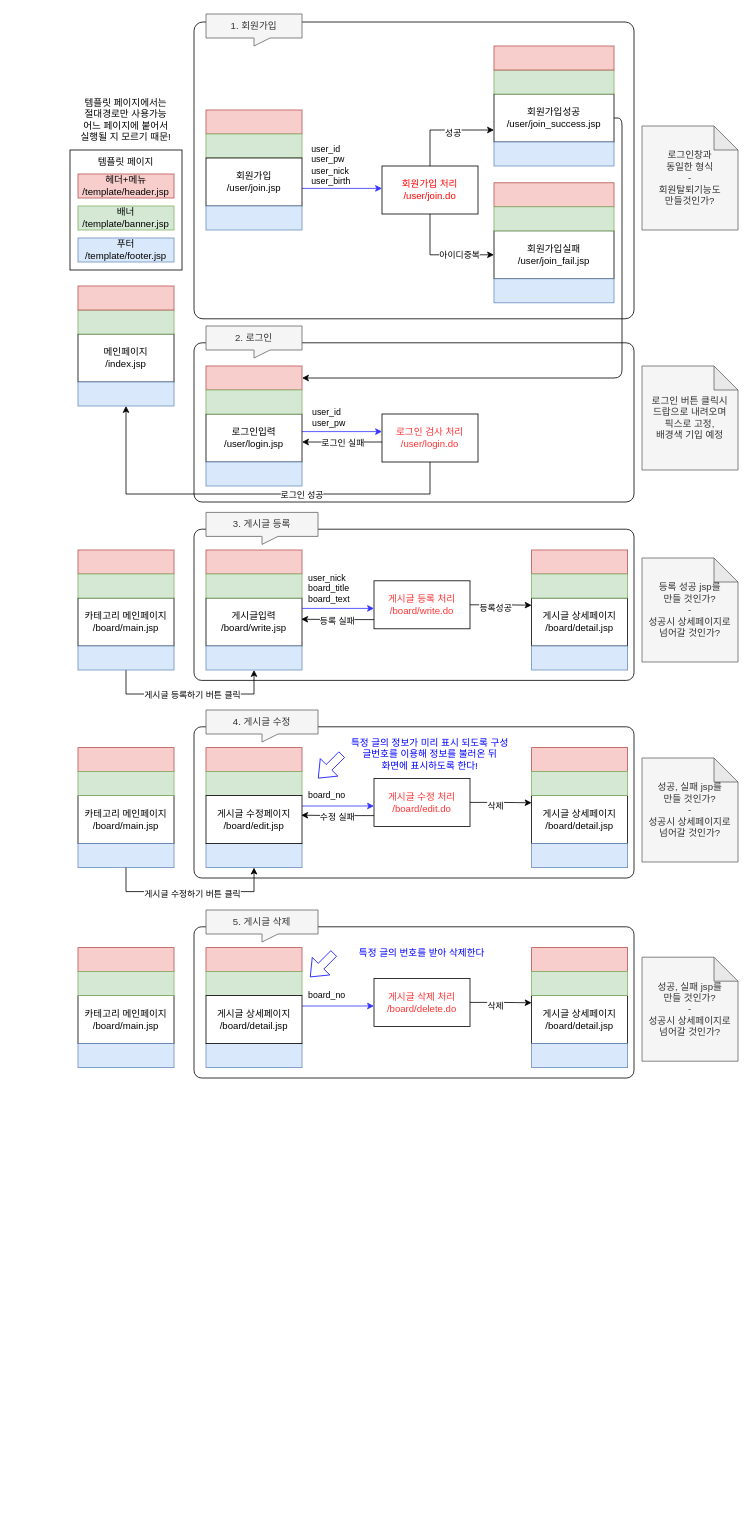
The draw.io diagram Untitled Diagram.drawio in chae0591/kh4semi, before the edit. Source tidied: cells renumbered, new cells numbered last; positions are measured from the earlier drawing's top-left corner, leaving out a move shared by most shapes. Both pictures are drawn from the tidied source at 80%, with x=0, y=0 at pixel (70, 14).
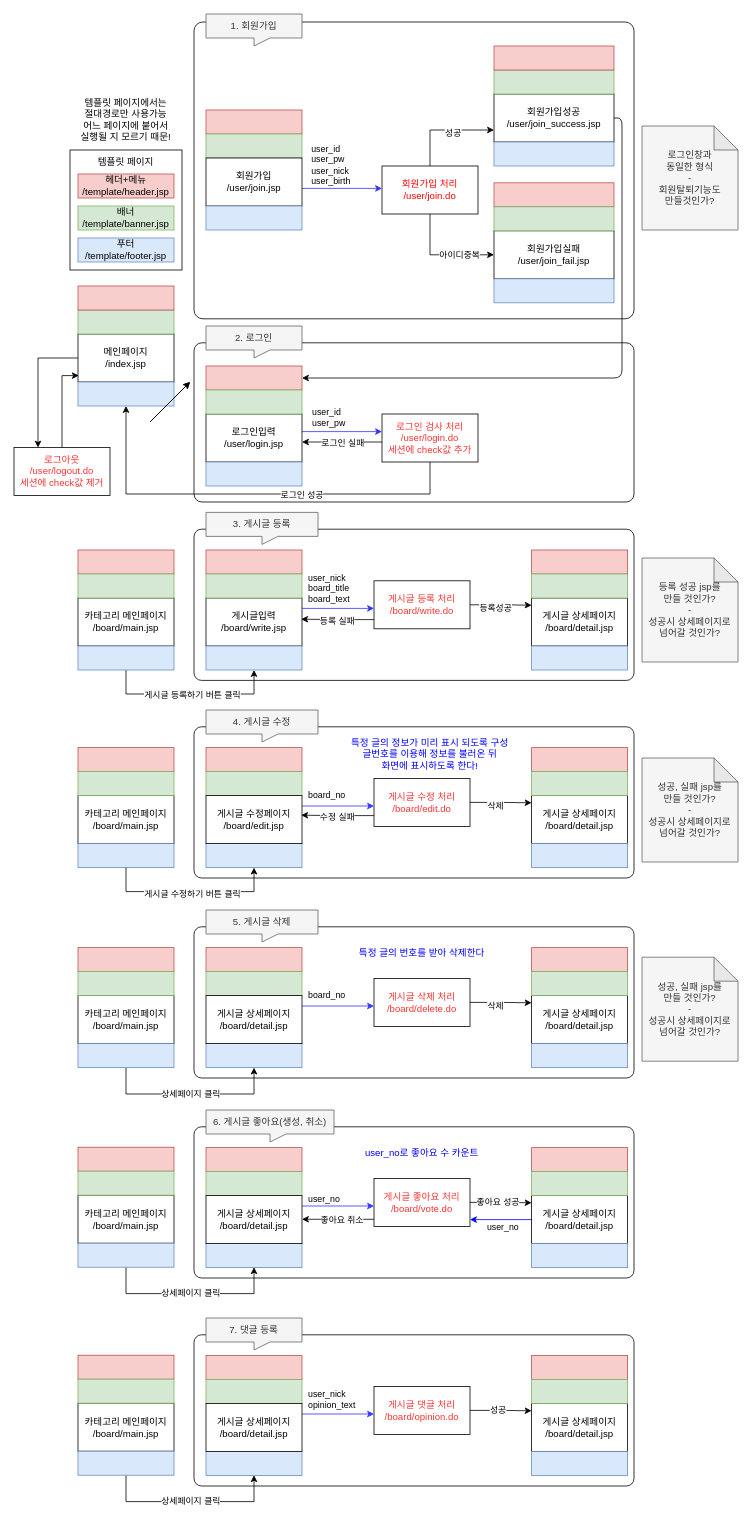
The same page after the edit.

Unchanged cells that the change refers to:
```xml
<mxCell id="10" value="메인페이지&lt;br&gt;/index.jsp" style="rounded=0;whiteSpace=wrap;html=1;" parent="1" vertex="1">
  <mxGeometry x="10" y="400" width="120" height="60" as="geometry" />
</mxCell>
<mxCell id="94" style="rounded=0;whiteSpace=wrap;html=1;fillColor=#dae8fc;strokeColor=#6c8ebf;" parent="1" vertex="1">
  <mxGeometry x="170" y="1287" width="120" height="30" as="geometry" />
</mxCell>
<mxCell id="107" style="rounded=0;whiteSpace=wrap;html=1;fillColor=#dae8fc;strokeColor=#6c8ebf;" parent="1" vertex="1">
  <mxGeometry x="10" y="1287" width="120" height="30" as="geometry" />
</mxCell>
```

Diff of the diagram source:
```diff
@@
+    <mxCell id="121" style="edgeStyle=orthogonalEdgeStyle;rounded=0;jettySize=auto;html=1;exitX=0;exitY=0.5;exitDx=0;exitDy=0;entryX=0.25;entryY=0;entryDx=0;entryDy=0;" parent="1" edge="1" source="10" target="125">
+      <mxGeometry relative="1" as="geometry" />
+    </mxCell>
@@
-    <mxCell id="35" value="로그인 검사 처리&lt;br&gt;/user/login.do" style="rounded=0;whiteSpace=wrap;html=1;fontColor=#FF3333;" parent="1" vertex="1">
+    <mxCell id="35" value="로그인 검사 처리&lt;br&gt;/user/login.do&lt;br&gt;세션에 check값 추가" style="rounded=0;whiteSpace=wrap;html=1;fontColor=#FF3333;" parent="1" vertex="1">
       <mxGeometry x="390" y="500" width="120" height="60" as="geometry" />
     </mxCell>
@@
-    <mxCell id="68" value="로그인 버튼 클릭시&lt;br&gt;드랍으로 내려오며&lt;br&gt;픽스로 고정,&lt;br&gt;배경색 기입 예정" style="shape=note;whiteSpace=wrap;html=1;backgroundOutline=1;darkOpacity=0.05;align=center;fillColor=#f5f5f5;strokeColor=#666666;fontColor=#333333;" parent="1" vertex="1">
-      <mxGeometry x="715" y="440" width="120" height="130" as="geometry" />
-    </mxCell>
@@
+    <mxCell id="122" style="edgeStyle=orthogonalEdgeStyle;rounded=0;jettySize=auto;html=1;exitX=0.5;exitY=1;exitDx=0;exitDy=0;entryX=0.5;entryY=1;entryDx=0;entryDy=0;" parent="1" edge="1" source="107" target="94">
+      <mxGeometry relative="1" as="geometry">
+        <Array as="points">
+          <mxPoint x="70" y="1350" />
+          <mxPoint x="230" y="1350" />
+        </Array>
+      </mxGeometry>
+    </mxCell>
+    <mxCell id="123" value="상세페이지 클릭" style="edgeLabel;html=1;align=center;verticalAlign=middle;" parent="122" vertex="1">
+      <mxGeometry x="0.2" y="1" relative="1" as="geometry">
+        <mxPoint x="-23" as="offset" />
+      </mxGeometry>
+    </mxCell>
@@
-    <mxCell id="118" style="shape=flexArrow;endArrow=classic;html=1;fontColor=#0000FF;strokeColor=#0000FF;" parent="1" edge="1">
-      <mxGeometry relative="1" as="geometry">
-        <mxPoint x="340" y="925.5" as="sourcePoint" />
-        <mxPoint x="310" y="955.5" as="targetPoint" />
-      </mxGeometry>
-    </mxCell>
@@
-    <mxCell id="120" style="shape=flexArrow;endArrow=classic;html=1;fontColor=#0000FF;strokeColor=#0000FF;" parent="1" edge="1">
-      <mxGeometry relative="1" as="geometry">
-        <mxPoint x="330" y="1174" as="sourcePoint" />
-        <mxPoint x="300" y="1204" as="targetPoint" />
-      </mxGeometry>
-    </mxCell>
+    <mxCell id="124" style="edgeStyle=orthogonalEdgeStyle;rounded=0;jettySize=auto;html=1;exitX=0.5;exitY=0;exitDx=0;exitDy=0;entryX=0.008;entryY=0.867;entryDx=0;entryDy=0;entryPerimeter=0;" parent="1" edge="1" source="125" target="10">
+      <mxGeometry relative="1" as="geometry" />
+    </mxCell>
+    <mxCell id="125" value="로그아웃&lt;br&gt;/user/logout.do&lt;br&gt;세션에 check값 제거" style="rounded=0;whiteSpace=wrap;html=1;fontColor=#FF3333;" parent="1" vertex="1">
+      <mxGeometry x="-70" y="542" width="120" height="60" as="geometry" />
+    </mxCell>
+    <mxCell id="126" style="endArrow=classic;html=1;" parent="1" edge="1">
+      <mxGeometry relative="1" as="geometry">
+        <mxPoint x="100" y="510" as="sourcePoint" />
+        <mxPoint x="150" y="460" as="targetPoint" />
+      </mxGeometry>
+    </mxCell>
+    <mxCell id="127" style="endArrow=classic;html=1;" parent="1" edge="1">
+      <mxGeometry relative="1" as="geometry">
+        <mxPoint x="100" y="510" as="sourcePoint" />
+        <mxPoint x="150" y="460" as="targetPoint" />
+      </mxGeometry>
+    </mxCell>
+    <mxCell id="128" style="rounded=1;whiteSpace=wrap;html=1;strokeColor=#000000;fontColor=#000000;align=left;arcSize=5;" parent="1" vertex="1">
+      <mxGeometry x="155" y="1391" width="550" height="189" as="geometry" />
+    </mxCell>
+    <mxCell id="129" value="6. 게시글 좋아요(생성, 취소)" style="shape=callout;whiteSpace=wrap;html=1;perimeter=calloutPerimeter;align=center;fillColor=#f5f5f5;strokeColor=#666666;fontColor=#333333;position2=0.5;size=10;position=0.5;" parent="1" vertex="1">
+      <mxGeometry x="170" y="1370" width="160" height="40" as="geometry" />
+    </mxCell>
+    <mxCell id="130" style="rounded=0;whiteSpace=wrap;html=1;fillColor=#f8cecc;strokeColor=#b85450;" parent="1" vertex="1">
+      <mxGeometry x="170" y="1417" width="120" height="30" as="geometry" />
+    </mxCell>
+    <mxCell id="131" style="rounded=0;whiteSpace=wrap;html=1;fillColor=#dae8fc;strokeColor=#6c8ebf;" parent="1" vertex="1">
+      <mxGeometry x="170" y="1537" width="120" height="30" as="geometry" />
+    </mxCell>
+    <mxCell id="132" style="rounded=0;whiteSpace=wrap;html=1;fillColor=#d5e8d4;strokeColor=#82b366;" parent="1" vertex="1">
+      <mxGeometry x="170" y="1447" width="120" height="30" as="geometry" />
+    </mxCell>
+    <mxCell id="133" style="edgeStyle=orthogonalEdgeStyle;rounded=0;jettySize=auto;html=1;exitX=1;exitY=0.5;exitDx=0;exitDy=0;entryX=0;entryY=0.15;entryDx=0;entryDy=0;entryPerimeter=0;" parent="1" edge="1" source="137" target="143">
+      <mxGeometry relative="1" as="geometry">
+        <Array as="points">
+          <mxPoint x="540" y="1486" />
+          <mxPoint x="540" y="1486" />
+        </Array>
+      </mxGeometry>
+    </mxCell>
+    <mxCell id="134" value="좋아요 성공" style="edgeLabel;html=1;align=center;verticalAlign=middle;" parent="133" vertex="1">
+      <mxGeometry x="-0.2" y="-4" relative="1" as="geometry">
+        <mxPoint x="3" y="-5" as="offset" />
+      </mxGeometry>
+    </mxCell>
+    <mxCell id="135" style="edgeStyle=orthogonalEdgeStyle;rounded=0;orthogonalLoop=1;jettySize=auto;html=1;exitX=0;exitY=0.75;exitDx=0;exitDy=0;entryX=1;entryY=0.383;entryDx=0;entryDy=0;entryPerimeter=0;" parent="1" edge="1">
+      <mxGeometry relative="1" as="geometry">
+        <mxPoint x="380" y="1507.1" as="sourcePoint" />
+        <mxPoint x="290" y="1506.6" as="targetPoint" />
+        <Array as="points">
+          <mxPoint x="290" y="1507" />
+        </Array>
+      </mxGeometry>
+    </mxCell>
+    <mxCell id="136" value="좋아요 취소" style="edgeLabel;html=1;align=center;verticalAlign=middle;" parent="135" vertex="1">
+      <mxGeometry x="-0.25" y="1" relative="1" as="geometry">
+        <mxPoint x="-7" as="offset" />
+      </mxGeometry>
+    </mxCell>
+    <mxCell id="137" value="게시글 좋아요 처리&lt;br&gt;/board/vote.do" style="rounded=0;whiteSpace=wrap;html=1;fontColor=#FF3333;" parent="1" vertex="1">
+      <mxGeometry x="380" y="1455.5" width="120" height="60" as="geometry" />
+    </mxCell>
+    <mxCell id="138" style="edgeStyle=orthogonalEdgeStyle;rounded=0;orthogonalLoop=1;jettySize=auto;html=1;strokeColor=#3333FF;" parent="1" edge="1">
+      <mxGeometry relative="1" as="geometry">
+        <mxPoint x="290" y="1490" as="sourcePoint" />
+        <mxPoint x="380" y="1490" as="targetPoint" />
+        <Array as="points">
+          <mxPoint x="350" y="1490" />
+          <mxPoint x="350" y="1490" />
+        </Array>
+      </mxGeometry>
+    </mxCell>
+    <mxCell id="139" value="user_no" style="edgeLabel;html=1;align=left;verticalAlign=middle;" parent="138" vertex="1">
+      <mxGeometry x="-0.19" y="-1" relative="1" as="geometry">
+        <mxPoint x="-30" y="-11" as="offset" />
+      </mxGeometry>
+    </mxCell>
+    <mxCell id="140" style="rounded=0;whiteSpace=wrap;html=1;fillColor=#f8cecc;strokeColor=#b85450;" parent="1" vertex="1">
+      <mxGeometry x="577" y="1417" width="120" height="30" as="geometry" />
+    </mxCell>
+    <mxCell id="141" style="edgeStyle=orthogonalEdgeStyle;rounded=0;jettySize=auto;html=1;exitX=0;exitY=0.5;exitDx=0;exitDy=0;strokeColor=#0000FF;" parent="1" edge="1" source="143">
+      <mxGeometry relative="1" as="geometry">
+        <mxPoint x="500" y="1507" as="targetPoint" />
+        <Array as="points">
+          <mxPoint x="500" y="1507" />
+        </Array>
+      </mxGeometry>
+    </mxCell>
+    <mxCell id="142" value="user_no" style="edgeLabel;html=1;align=center;verticalAlign=middle;" parent="141" vertex="1">
+      <mxGeometry x="-0.33" relative="1" as="geometry">
+        <mxPoint x="-11" y="8.5" as="offset" />
+      </mxGeometry>
+    </mxCell>
+    <mxCell id="143" value="게시글 상세페이지&lt;br&gt;/board/detail.jsp" style="rounded=0;whiteSpace=wrap;html=1;" parent="1" vertex="1">
+      <mxGeometry x="577" y="1477" width="120" height="60" as="geometry" />
+    </mxCell>
+    <mxCell id="144" style="rounded=0;whiteSpace=wrap;html=1;fillColor=#dae8fc;strokeColor=#6c8ebf;" parent="1" vertex="1">
+      <mxGeometry x="577" y="1537" width="120" height="30" as="geometry" />
+    </mxCell>
+    <mxCell id="145" style="rounded=0;whiteSpace=wrap;html=1;fillColor=#d5e8d4;strokeColor=#82b366;" parent="1" vertex="1">
+      <mxGeometry x="577" y="1447" width="120" height="30" as="geometry" />
+    </mxCell>
+    <mxCell id="146" value="게시글 상세페이지&lt;br&gt;/board/detail.jsp" style="rounded=0;whiteSpace=wrap;html=1;" parent="1" vertex="1">
+      <mxGeometry x="170" y="1477" width="120" height="60" as="geometry" />
+    </mxCell>
+    <mxCell id="147" value="user_no로 좋아요 수 카운트" style="text;html=1;strokeColor=none;fillColor=none;align=center;verticalAlign=middle;whiteSpace=wrap;rounded=0;fontStyle=0;fontColor=#0000FF;" parent="1" vertex="1">
+      <mxGeometry x="345" y="1410" width="190" height="28.5" as="geometry" />
+    </mxCell>
+    <mxCell id="148" style="rounded=0;whiteSpace=wrap;html=1;fillColor=#f8cecc;strokeColor=#b85450;" parent="1" vertex="1">
+      <mxGeometry x="10" y="1416.5" width="120" height="30" as="geometry" />
+    </mxCell>
+    <mxCell id="149" value="카테고리 메인페이지&lt;br&gt;/board/main.jsp" style="rounded=0;whiteSpace=wrap;html=1;" parent="1" vertex="1">
+      <mxGeometry x="10" y="1476.5" width="120" height="60" as="geometry" />
+    </mxCell>
+    <mxCell id="150" style="edgeStyle=orthogonalEdgeStyle;rounded=0;jettySize=auto;html=1;exitX=0.5;exitY=1;exitDx=0;exitDy=0;entryX=0.5;entryY=1;entryDx=0;entryDy=0;" parent="1" edge="1" source="152">
+      <mxGeometry relative="1" as="geometry">
+        <mxPoint x="230" y="1566.5" as="targetPoint" />
+        <Array as="points">
+          <mxPoint x="70" y="1599.5" />
+          <mxPoint x="230" y="1599.5" />
+        </Array>
+      </mxGeometry>
+    </mxCell>
+    <mxCell id="151" value="상세페이지 클릭" style="edgeLabel;html=1;align=center;verticalAlign=middle;" parent="150" vertex="1">
+      <mxGeometry x="0.2" y="1" relative="1" as="geometry">
+        <mxPoint x="-23" as="offset" />
+      </mxGeometry>
+    </mxCell>
+    <mxCell id="152" style="rounded=0;whiteSpace=wrap;html=1;fillColor=#dae8fc;strokeColor=#6c8ebf;" parent="1" vertex="1">
+      <mxGeometry x="10" y="1536.5" width="120" height="30" as="geometry" />
+    </mxCell>
+    <mxCell id="153" style="rounded=0;whiteSpace=wrap;html=1;fillColor=#d5e8d4;strokeColor=#82b366;" parent="1" vertex="1">
+      <mxGeometry x="10" y="1446.5" width="120" height="30" as="geometry" />
+    </mxCell>
+    <mxCell id="154" style="rounded=1;whiteSpace=wrap;html=1;strokeColor=#000000;fontColor=#000000;align=left;arcSize=5;" parent="1" vertex="1">
+      <mxGeometry x="155" y="1651" width="550" height="189" as="geometry" />
+    </mxCell>
+    <mxCell id="155" value="7. 댓글 등록" style="shape=callout;whiteSpace=wrap;html=1;perimeter=calloutPerimeter;align=center;fillColor=#f5f5f5;strokeColor=#666666;fontColor=#333333;position2=0.5;size=10;position=0.5;" parent="1" vertex="1">
+      <mxGeometry x="170" y="1630" width="120" height="40" as="geometry" />
+    </mxCell>
+    <mxCell id="156" style="rounded=0;whiteSpace=wrap;html=1;fillColor=#f8cecc;strokeColor=#b85450;" parent="1" vertex="1">
+      <mxGeometry x="170" y="1677" width="120" height="30" as="geometry" />
+    </mxCell>
+    <mxCell id="157" style="rounded=0;whiteSpace=wrap;html=1;fillColor=#dae8fc;strokeColor=#6c8ebf;" parent="1" vertex="1">
+      <mxGeometry x="170" y="1797" width="120" height="30" as="geometry" />
+    </mxCell>
+    <mxCell id="158" style="rounded=0;whiteSpace=wrap;html=1;fillColor=#d5e8d4;strokeColor=#82b366;" parent="1" vertex="1">
+      <mxGeometry x="170" y="1707" width="120" height="30" as="geometry" />
+    </mxCell>
+    <mxCell id="159" style="edgeStyle=orthogonalEdgeStyle;rounded=0;jettySize=auto;html=1;exitX=1;exitY=0.5;exitDx=0;exitDy=0;entryX=0;entryY=0.15;entryDx=0;entryDy=0;entryPerimeter=0;" parent="1" edge="1" source="161" target="165">
+      <mxGeometry relative="1" as="geometry">
+        <Array as="points">
+          <mxPoint x="540" y="1746" />
+          <mxPoint x="540" y="1746" />
+        </Array>
+      </mxGeometry>
+    </mxCell>
+    <mxCell id="160" value="성공" style="edgeLabel;html=1;align=center;verticalAlign=middle;" parent="159" vertex="1">
+      <mxGeometry x="-0.2" y="-4" relative="1" as="geometry">
+        <mxPoint x="3" y="-5" as="offset" />
+      </mxGeometry>
+    </mxCell>
+    <mxCell id="161" value="게시글 댓글 처리&lt;br&gt;/board/opinion.do" style="rounded=0;whiteSpace=wrap;html=1;fontColor=#FF3333;" parent="1" vertex="1">
+      <mxGeometry x="380" y="1715.5" width="120" height="60" as="geometry" />
+    </mxCell>
+    <mxCell id="162" style="edgeStyle=orthogonalEdgeStyle;rounded=0;orthogonalLoop=1;jettySize=auto;html=1;strokeColor=#3333FF;" parent="1" edge="1">
+      <mxGeometry relative="1" as="geometry">
+        <mxPoint x="290" y="1750" as="sourcePoint" />
+        <mxPoint x="380" y="1750" as="targetPoint" />
+        <Array as="points">
+          <mxPoint x="350" y="1750" />
+          <mxPoint x="350" y="1750" />
+        </Array>
+      </mxGeometry>
+    </mxCell>
+    <mxCell id="163" value="user_nick&lt;br&gt;opinion_text" style="edgeLabel;html=1;align=left;verticalAlign=middle;" parent="162" vertex="1">
+      <mxGeometry x="-0.19" y="-1" relative="1" as="geometry">
+        <mxPoint x="-30" y="-20" as="offset" />
+      </mxGeometry>
+    </mxCell>
+    <mxCell id="164" style="rounded=0;whiteSpace=wrap;html=1;fillColor=#f8cecc;strokeColor=#b85450;" parent="1" vertex="1">
+      <mxGeometry x="577" y="1677" width="120" height="30" as="geometry" />
+    </mxCell>
+    <mxCell id="165" value="게시글 상세페이지&lt;br&gt;/board/detail.jsp" style="rounded=0;whiteSpace=wrap;html=1;" parent="1" vertex="1">
+      <mxGeometry x="577" y="1737" width="120" height="60" as="geometry" />
+    </mxCell>
+    <mxCell id="166" style="rounded=0;whiteSpace=wrap;html=1;fillColor=#dae8fc;strokeColor=#6c8ebf;" parent="1" vertex="1">
+      <mxGeometry x="577" y="1797" width="120" height="30" as="geometry" />
+    </mxCell>
+    <mxCell id="167" style="rounded=0;whiteSpace=wrap;html=1;fillColor=#d5e8d4;strokeColor=#82b366;" parent="1" vertex="1">
+      <mxGeometry x="577" y="1707" width="120" height="30" as="geometry" />
+    </mxCell>
+    <mxCell id="168" value="게시글 상세페이지&lt;br&gt;/board/detail.jsp" style="rounded=0;whiteSpace=wrap;html=1;" parent="1" vertex="1">
+      <mxGeometry x="170" y="1737" width="120" height="60" as="geometry" />
+    </mxCell>
+    <mxCell id="169" style="rounded=0;whiteSpace=wrap;html=1;fillColor=#f8cecc;strokeColor=#b85450;" parent="1" vertex="1">
+      <mxGeometry x="10" y="1676.5" width="120" height="30" as="geometry" />
+    </mxCell>
+    <mxCell id="170" value="카테고리 메인페이지&lt;br&gt;/board/main.jsp" style="rounded=0;whiteSpace=wrap;html=1;" parent="1" vertex="1">
+      <mxGeometry x="10" y="1736.5" width="120" height="60" as="geometry" />
+    </mxCell>
+    <mxCell id="171" style="edgeStyle=orthogonalEdgeStyle;rounded=0;jettySize=auto;html=1;exitX=0.5;exitY=1;exitDx=0;exitDy=0;entryX=0.5;entryY=1;entryDx=0;entryDy=0;" parent="1" edge="1" source="173">
+      <mxGeometry relative="1" as="geometry">
+        <mxPoint x="230" y="1826.5" as="targetPoint" />
+        <Array as="points">
+          <mxPoint x="70" y="1859.5" />
+          <mxPoint x="230" y="1859.5" />
+        </Array>
+      </mxGeometry>
+    </mxCell>
+    <mxCell id="172" value="상세페이지 클릭" style="edgeLabel;html=1;align=center;verticalAlign=middle;" parent="171" vertex="1">
+      <mxGeometry x="0.2" y="1" relative="1" as="geometry">
+        <mxPoint x="-23" as="offset" />
+      </mxGeometry>
+    </mxCell>
+    <mxCell id="173" style="rounded=0;whiteSpace=wrap;html=1;fillColor=#dae8fc;strokeColor=#6c8ebf;" parent="1" vertex="1">
+      <mxGeometry x="10" y="1796.5" width="120" height="30" as="geometry" />
+    </mxCell>
+    <mxCell id="174" style="rounded=0;whiteSpace=wrap;html=1;fillColor=#d5e8d4;strokeColor=#82b366;" parent="1" vertex="1">
+      <mxGeometry x="10" y="1706.5" width="120" height="30" as="geometry" />
+    </mxCell>
```
